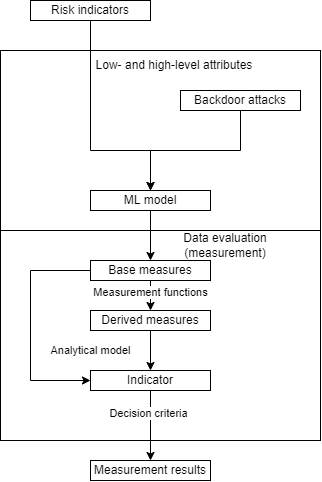
The draw.io diagram masterthesis_tex/pictures/complete_architecture.png in EvilWatermelon/Adversarial-Machine-Learning, before a commit. Source tidied: cells renumbered, new cells last; positions are measured from the earlier drawing's top-left corner, leaving out a move shared by most shapes.
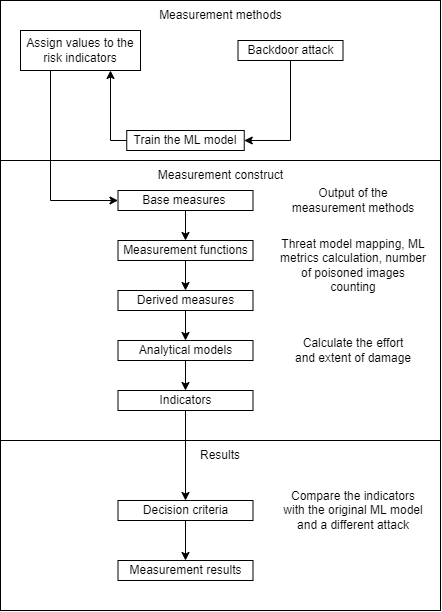
Later version of the same file.

Diff of the diagram source:
```diff
@@ -1,88 +1,105 @@
 <mxGraphModel>
   <root>
-    <mxCell id="0" />
-    <mxCell id="1" parent="0" />
-    <mxCell id="2" style="rounded=0;whiteSpace=wrap;html=1;" parent="1" vertex="1">
-      <mxGeometry y="230" width="320" height="210" as="geometry" />
-    </mxCell>
-    <mxCell id="3" style="rounded=0;whiteSpace=wrap;html=1;" parent="1" vertex="1">
-      <mxGeometry y="50" width="320" height="180" as="geometry" />
-    </mxCell>
-    <mxCell id="4" value="Risk indicators" style="rounded=0;whiteSpace=wrap;html=1;" parent="1" vertex="1">
-      <mxGeometry x="30" width="120" height="20" as="geometry" />
-    </mxCell>
-    <mxCell id="5" value="Backdoor attacks" style="rounded=0;whiteSpace=wrap;html=1;" parent="1" vertex="1">
-      <mxGeometry x="180" y="90" width="120" height="20" as="geometry" />
-    </mxCell>
-    <mxCell id="6" value="ML model" style="rounded=0;whiteSpace=wrap;html=1;" parent="1" vertex="1">
-      <mxGeometry x="90" y="190" width="120" height="20" as="geometry" />
-    </mxCell>
+    <mxCell id="23" />
+    <mxCell id="24" parent="23" />
+    <mxCell id="25" style="rounded=0;whiteSpace=wrap;html=1;" parent="24" vertex="1">
+      <mxGeometry x="20" y="20" width="440" height="160" as="geometry" />
+    </mxCell>
+    <mxCell id="26" value="Train the ML model" style="rounded=0;whiteSpace=wrap;html=1;" parent="24" vertex="1">
+      <mxGeometry x="146.2" y="150" width="117.5" height="20" as="geometry" />
+    </mxCell>
+    <mxCell id="27" value="Backdoor attack" style="rounded=0;whiteSpace=wrap;html=1;" parent="24" vertex="1">
+      <mxGeometry x="257.5" y="60" width="105" height="20" as="geometry" />
+    </mxCell>
+    <mxCell id="28" style="endArrow=classic;html=1;rounded=0;exitX=0.5;exitY=1;exitDx=0;exitDy=0;entryX=1;entryY=0.5;entryDx=0;entryDy=0;" parent="24" edge="1" source="27" target="26">
+      <mxGeometry relative="1" as="geometry">
+        <Array as="points">
+          <mxPoint x="310" y="160" />
+        </Array>
+      </mxGeometry>
+    </mxCell>
+    <mxCell id="29" value="Assign values to the risk indicators" style="rounded=0;whiteSpace=wrap;html=1;" parent="24" vertex="1">
+      <mxGeometry x="40" y="50" width="120" height="40" as="geometry" />
+    </mxCell>
+    <mxCell id="30" style="endArrow=classic;html=1;rounded=0;exitX=0;exitY=0.5;exitDx=0;exitDy=0;entryX=0.75;entryY=1;entryDx=0;entryDy=0;" parent="24" edge="1" source="26" target="29">
+      <mxGeometry relative="1" as="geometry">
+        <Array as="points">
+          <mxPoint x="130" y="160" />
+        </Array>
+      </mxGeometry>
+    </mxCell>
+    <mxCell id="31" value="Measurement methods" style="text;html=1;strokeColor=none;fillColor=none;align=center;verticalAlign=middle;whiteSpace=wrap;rounded=0;" parent="24" vertex="1">
+      <mxGeometry x="177.5" y="20" width="125" height="30" as="geometry" />
+    </mxCell>
+    <mxCell id="32" style="rounded=0;whiteSpace=wrap;html=1;" parent="24" vertex="1">
+      <mxGeometry x="20" y="180" width="440" height="280" as="geometry" />
+    </mxCell>
+    <mxCell id="33" value="Measurement construct" style="text;html=1;strokeColor=none;fillColor=none;align=center;verticalAlign=middle;whiteSpace=wrap;rounded=0;" parent="24" vertex="1">
+      <mxGeometry x="172.5" y="180" width="135" height="30" as="geometry" />
+    </mxCell>
+    <mxCell id="34" style="endArrow=classic;html=1;rounded=0;exitX=0.25;exitY=1;exitDx=0;exitDy=0;entryX=0;entryY=0.5;entryDx=0;entryDy=0;" parent="24" edge="1" source="29" target="7">
+      <mxGeometry relative="1" as="geometry">
+        <Array as="points">
+          <mxPoint x="70" y="220" />
+        </Array>
+      </mxGeometry>
+    </mxCell>
-    <mxCell id="7" value="Base measures" style="rounded=0;whiteSpace=wrap;html=1;" parent="1" vertex="1">
-      <mxGeometry x="90" y="260" width="120" height="20" as="geometry" />
+    <mxCell id="7" value="Base measures&amp;nbsp;" style="rounded=0;whiteSpace=wrap;html=1;" parent="24" vertex="1">
+      <mxGeometry x="137.5" y="210" width="135" height="20" as="geometry" />
     </mxCell>
-    <mxCell id="8" style="endArrow=classic;html=1;rounded=0;exitX=0.5;exitY=1;exitDx=0;exitDy=0;entryX=0.5;entryY=0;entryDx=0;entryDy=0;" parent="1" edge="1" source="4" target="6">
-      <mxGeometry relative="1" as="geometry">
-        <Array as="points">
-          <mxPoint x="90" y="150" />
-          <mxPoint x="150" y="150" />
-        </Array>
-      </mxGeometry>
-    </mxCell>
-    <mxCell id="9" style="endArrow=classic;html=1;rounded=0;exitX=0.5;exitY=1;exitDx=0;exitDy=0;entryX=0.5;entryY=0;entryDx=0;entryDy=0;" parent="1" edge="1" source="5" target="6">
-      <mxGeometry relative="1" as="geometry">
-        <Array as="points">
-          <mxPoint x="240" y="150" />
-          <mxPoint x="150" y="150" />
-        </Array>
-      </mxGeometry>
-    </mxCell>
-    <mxCell id="10" style="endArrow=classic;html=1;rounded=0;exitX=0.5;exitY=1;exitDx=0;exitDy=0;entryX=0.5;entryY=0;entryDx=0;entryDy=0;" parent="1" edge="1" source="6" target="7">
-      <mxGeometry relative="1" as="geometry" />
-    </mxCell>
-    <mxCell id="11" value="Derived measures" style="rounded=0;whiteSpace=wrap;html=1;" parent="1" vertex="1">
-      <mxGeometry x="90" y="310" width="120" height="20" as="geometry" />
+    <mxCell id="11" value="Derived measures" style="rounded=0;whiteSpace=wrap;html=1;" parent="24" vertex="1">
+      <mxGeometry x="137.5" y="310" width="135" height="20" as="geometry" />
     </mxCell>
-    <mxCell id="12" style="endArrow=classic;html=1;rounded=0;exitX=0.5;exitY=1;exitDx=0;exitDy=0;" parent="1" edge="1" source="7" target="11">
-      <mxGeometry relative="1" as="geometry" />
-    </mxCell>
+    <mxCell id="35" style="endArrow=classic;html=1;rounded=0;exitX=0.5;exitY=1;exitDx=0;exitDy=0;entryX=0.5;entryY=0;entryDx=0;entryDy=0;" parent="24" edge="1" source="7" target="13">
+      <mxGeometry relative="1" as="geometry" />
+    </mxCell>
-    <mxCell id="13" value="Measurement functions" style="edgeLabel;html=1;align=center;verticalAlign=middle;points=[];" parent="12" vertex="1">
-      <mxGeometry x="0.25" y="1" relative="1" as="geometry">
-        <mxPoint x="-1" y="-7" as="offset" />
-      </mxGeometry>
+    <mxCell id="13" value="Measurement functions" style="rounded=0;whiteSpace=wrap;html=1;" parent="24" vertex="1">
+      <mxGeometry x="137.5" y="260" width="135" height="20" as="geometry" />
     </mxCell>
-    <mxCell id="14" value="Indicator" style="rounded=0;whiteSpace=wrap;html=1;" parent="1" vertex="1">
-      <mxGeometry x="90" y="370" width="120" height="20" as="geometry" />
-    </mxCell>
-    <mxCell id="15" style="endArrow=classic;html=1;rounded=0;exitX=0.5;exitY=1;exitDx=0;exitDy=0;entryX=0.5;entryY=0;entryDx=0;entryDy=0;" parent="1" edge="1" source="11" target="14">
-      <mxGeometry relative="1" as="geometry" />
-    </mxCell>
-    <mxCell id="16" value="Analytical model" style="edgeLabel;html=1;align=center;verticalAlign=middle;" parent="15" vertex="1">
-      <mxGeometry x="-0.11" y="-1" relative="1" as="geometry">
-        <mxPoint x="-59" y="2" as="offset" />
-      </mxGeometry>
-    </mxCell>
-    <mxCell id="17" style="endArrow=classic;html=1;rounded=0;exitX=0;exitY=0.5;exitDx=0;exitDy=0;entryX=0;entryY=0.5;entryDx=0;entryDy=0;" parent="1" edge="1" source="7" target="14">
-      <mxGeometry relative="1" as="geometry">
-        <Array as="points">
-          <mxPoint x="30" y="270" />
-          <mxPoint x="30" y="380" />
-        </Array>
-      </mxGeometry>
-    </mxCell>
+    <mxCell id="36" value="Output of the measurement methods" style="text;html=1;strokeColor=none;fillColor=none;align=center;verticalAlign=middle;whiteSpace=wrap;rounded=0;labelBackgroundColor=none;" parent="24" vertex="1">
+      <mxGeometry x="307.5" y="205" width="130" height="30" as="geometry" />
+    </mxCell>
+    <mxCell id="37" value="Threat model mapping, ML metrics calculation, number of poisoned images counting" style="text;html=1;strokeColor=none;fillColor=none;align=center;verticalAlign=middle;whiteSpace=wrap;rounded=0;labelBackgroundColor=none;" parent="24" vertex="1">
+      <mxGeometry x="297.5" y="270" width="150" height="30" as="geometry" />
+    </mxCell>
+    <mxCell id="38" style="endArrow=classic;html=1;rounded=0;exitX=0.5;exitY=1;exitDx=0;exitDy=0;entryX=0.5;entryY=0;entryDx=0;entryDy=0;" parent="24" edge="1" source="13" target="11">
+      <mxGeometry relative="1" as="geometry" />
+    </mxCell>
+    <mxCell id="39" value="Analytical models" style="rounded=0;whiteSpace=wrap;html=1;" parent="24" vertex="1">
+      <mxGeometry x="137.5" y="360" width="135" height="20" as="geometry" />
+    </mxCell>
+    <mxCell id="40" value="Calculate the effort and extent of damage" style="text;html=1;strokeColor=none;fillColor=none;align=center;verticalAlign=middle;whiteSpace=wrap;rounded=0;labelBackgroundColor=none;" parent="24" vertex="1">
+      <mxGeometry x="312.5" y="355" width="120" height="30" as="geometry" />
+    </mxCell>
+    <mxCell id="41" style="endArrow=classic;html=1;rounded=0;exitX=0.5;exitY=1;exitDx=0;exitDy=0;entryX=0.5;entryY=0;entryDx=0;entryDy=0;" parent="24" edge="1" source="11" target="39">
+      <mxGeometry relative="1" as="geometry" />
+    </mxCell>
+    <mxCell id="42" value="Indicators" style="rounded=0;whiteSpace=wrap;html=1;" parent="24" vertex="1">
+      <mxGeometry x="137.5" y="410" width="135" height="20" as="geometry" />
+    </mxCell>
+    <mxCell id="43" style="endArrow=classic;html=1;rounded=0;exitX=0.5;exitY=1;exitDx=0;exitDy=0;entryX=0.5;entryY=0;entryDx=0;entryDy=0;" parent="24" edge="1" source="39" target="42">
+      <mxGeometry relative="1" as="geometry" />
+    </mxCell>
+    <mxCell id="44" style="rounded=0;whiteSpace=wrap;html=1;" parent="24" vertex="1">
+      <mxGeometry x="20" y="460" width="440" height="170" as="geometry" />
+    </mxCell>
+    <mxCell id="45" value="Results" style="text;html=1;strokeColor=none;fillColor=none;align=center;verticalAlign=middle;whiteSpace=wrap;rounded=0;labelBackgroundColor=none;" parent="24" vertex="1">
+      <mxGeometry x="210" y="460" width="60" height="30" as="geometry" />
+    </mxCell>
+    <mxCell id="20" value="Decision criteria" style="rounded=0;whiteSpace=wrap;html=1;" parent="24" vertex="1">
+      <mxGeometry x="137.5" y="520" width="135" height="20" as="geometry" />
+    </mxCell>
+    <mxCell id="46" style="endArrow=classic;html=1;rounded=0;exitX=0.5;exitY=1;exitDx=0;exitDy=0;entryX=0.5;entryY=0;entryDx=0;entryDy=0;" parent="24" edge="1" source="42" target="20">
+      <mxGeometry relative="1" as="geometry" />
+    </mxCell>
-    <mxCell id="18" value="Measurement results" style="rounded=0;whiteSpace=wrap;html=1;" parent="1" vertex="1">
-      <mxGeometry x="90" y="460" width="120" height="20" as="geometry" />
+    <mxCell id="18" value="Measurement results" style="rounded=0;whiteSpace=wrap;html=1;" parent="24" vertex="1">
+      <mxGeometry x="137.5" y="580" width="135" height="20" as="geometry" />
     </mxCell>
-    <mxCell id="19" style="endArrow=classic;html=1;rounded=0;exitX=0.5;exitY=1;exitDx=0;exitDy=0;entryX=0.5;entryY=0;entryDx=0;entryDy=0;" parent="1" edge="1" source="14" target="18">
-      <mxGeometry relative="1" as="geometry" />
-    </mxCell>
-    <mxCell id="20" value="Decision criteria" style="edgeLabel;html=1;align=center;verticalAlign=middle;points=[];" parent="19" vertex="1">
-      <mxGeometry x="-0.34" y="-2" relative="1" as="geometry" />
-    </mxCell>
-    <mxCell id="21" value="Low- and high-level attributes" style="text;html=1;strokeColor=none;fillColor=none;align=center;verticalAlign=middle;whiteSpace=wrap;rounded=0;" parent="1" vertex="1">
-      <mxGeometry x="89" y="50" width="170" height="30" as="geometry" />
-    </mxCell>
-    <mxCell id="22" value="Data evaluation (measurement)" style="text;html=1;strokeColor=none;fillColor=none;align=center;verticalAlign=middle;whiteSpace=wrap;rounded=0;" parent="1" vertex="1">
-      <mxGeometry x="150" y="230" width="150" height="30" as="geometry" />
-    </mxCell>
+    <mxCell id="47" style="endArrow=classic;html=1;rounded=0;exitX=0.5;exitY=1;exitDx=0;exitDy=0;entryX=0.5;entryY=0;entryDx=0;entryDy=0;" parent="24" edge="1" source="20" target="18">
+      <mxGeometry relative="1" as="geometry" />
+    </mxCell>
+    <mxCell id="48" value="Compare the indicators with the original ML model and a different attack" style="text;html=1;strokeColor=none;fillColor=none;align=center;verticalAlign=middle;whiteSpace=wrap;rounded=0;labelBackgroundColor=none;" parent="24" vertex="1">
+      <mxGeometry x="298.8" y="515" width="147.5" height="30" as="geometry" />
+    </mxCell>
   </root>
 </mxGraphModel>
```
